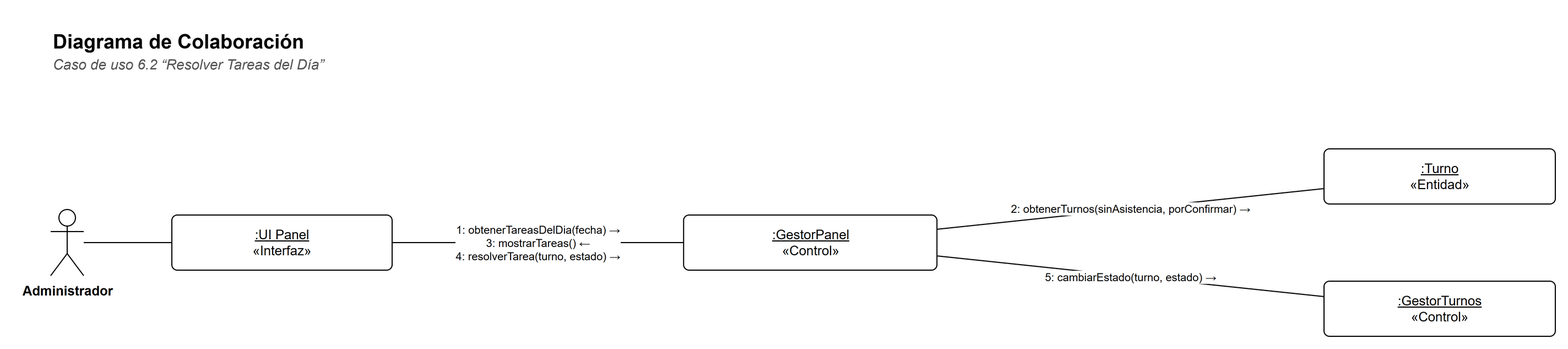
Before: docs/diagramas/colaboracion-6-2.png, a diagram exported from draw.io (Matiglorioso/kineturnos). Source tidied: cells renumbered, new cells last; positions are measured from the earlier drawing's top-left corner, leaving out a move shared by most shapes. Source of this version:
```xml
<mxGraphModel background="#FFFFFF">
  <root>
    <mxCell id="0" />
    <mxCell id="1" parent="0" />
    <mxCell id="2" value="&lt;b&gt;Diagrama de Colaboración&lt;/b&gt;" style="text;html=1;strokeColor=none;fillColor=none;align=left;verticalAlign=top;whiteSpace=wrap;fontFamily=Helvetica;fontSize=18;" parent="1" vertex="1">
      <mxGeometry width="900" height="26" as="geometry" />
    </mxCell>
    <mxCell id="3" value="&lt;i&gt;Caso de uso 6.2 “Resolver Tareas del Día”&lt;/i&gt;" style="text;html=1;strokeColor=none;fillColor=none;align=left;verticalAlign=top;whiteSpace=wrap;fontFamily=Helvetica;fontSize=13;fontColor=#555555;" parent="1" vertex="1">
      <mxGeometry y="24" width="900" height="20" as="geometry" />
    </mxCell>
    <mxCell id="4" value="Administrador" style="shape=umlActor;verticalLabelPosition=bottom;verticalAlign=top;html=1;outlineConnect=0;fillColor=#FFFFFF;strokeColor=#000000;fontFamily=Helvetica;fontSize=12;fontStyle=1;" parent="1" vertex="1">
      <mxGeometry y="170" width="30" height="60" as="geometry" />
    </mxCell>
    <mxCell id="5" value="&lt;u&gt;:UI Panel&lt;/u&gt;&lt;br&gt;«Interfaz»" style="rounded=0;whiteSpace=wrap;html=1;fillColor=#FFFFFF;strokeColor=#000000;fontFamily=Helvetica;fontSize=12;rounded=1;arcSize=10;" parent="1" vertex="1">
      <mxGeometry x="110" y="175" width="200" height="50" as="geometry" />
    </mxCell>
    <mxCell id="6" value="&lt;u&gt;:GestorPanel&lt;/u&gt;&lt;br&gt;«Control»" style="rounded=0;whiteSpace=wrap;html=1;fillColor=#FFFFFF;strokeColor=#000000;fontFamily=Helvetica;fontSize=12;rounded=1;arcSize=10;" parent="1" vertex="1">
      <mxGeometry x="574.6" y="175" width="230" height="50" as="geometry" />
    </mxCell>
    <mxCell id="7" value="&lt;u&gt;:Turno&lt;/u&gt;&lt;br&gt;«Entidad»" style="rounded=0;whiteSpace=wrap;html=1;fillColor=#FFFFFF;strokeColor=#000000;fontFamily=Helvetica;fontSize=12;rounded=1;arcSize=10;" parent="1" vertex="1">
      <mxGeometry x="1156" y="115" width="210" height="50" as="geometry" />
    </mxCell>
    <mxCell id="8" value="&lt;u&gt;:GestorTurnos&lt;/u&gt;&lt;br&gt;«Control»" style="rounded=0;whiteSpace=wrap;html=1;fillColor=#FFFFFF;strokeColor=#000000;fontFamily=Helvetica;fontSize=12;rounded=1;arcSize=10;" parent="1" vertex="1">
      <mxGeometry x="1156" y="235" width="210" height="50" as="geometry" />
    </mxCell>
    <mxCell id="9" style="edgeStyle=none;html=1;endArrow=none;endFill=0;strokeColor=#000000;fontFamily=Helvetica;fontSize=11;labelBackgroundColor=#FFFFFF;" parent="1" edge="1" source="4" target="5">
      <mxGeometry relative="1" as="geometry" />
    </mxCell>
    <mxCell id="10" value="1: obtenerTareasDelDia(fecha) →&lt;br&gt;3: mostrarTareas() ←&lt;br&gt;4: resolverTarea(turno, estado) →" style="edgeStyle=none;html=1;endArrow=none;endFill=0;strokeColor=#000000;fontFamily=Helvetica;fontSize=11;labelBackgroundColor=#FFFFFF;fontSize=10;" parent="1" edge="1" source="6" target="5">
      <mxGeometry relative="1" as="geometry" />
    </mxCell>
    <mxCell id="11" value="2: obtenerTurnos(sinAsistencia, porConfirmar) →" style="edgeStyle=none;html=1;endArrow=none;endFill=0;strokeColor=#000000;fontFamily=Helvetica;fontSize=11;labelBackgroundColor=#FFFFFF;fontSize=10;" parent="1" edge="1" source="7" target="6">
      <mxGeometry relative="1" as="geometry" />
    </mxCell>
    <mxCell id="12" value="5: cambiarEstado(turno, estado) →" style="edgeStyle=none;html=1;endArrow=none;endFill=0;strokeColor=#000000;fontFamily=Helvetica;fontSize=11;labelBackgroundColor=#FFFFFF;fontSize=10;" parent="1" edge="1" source="8" target="6">
      <mxGeometry relative="1" as="geometry" />
    </mxCell>
  </root>
</mxGraphModel>
```
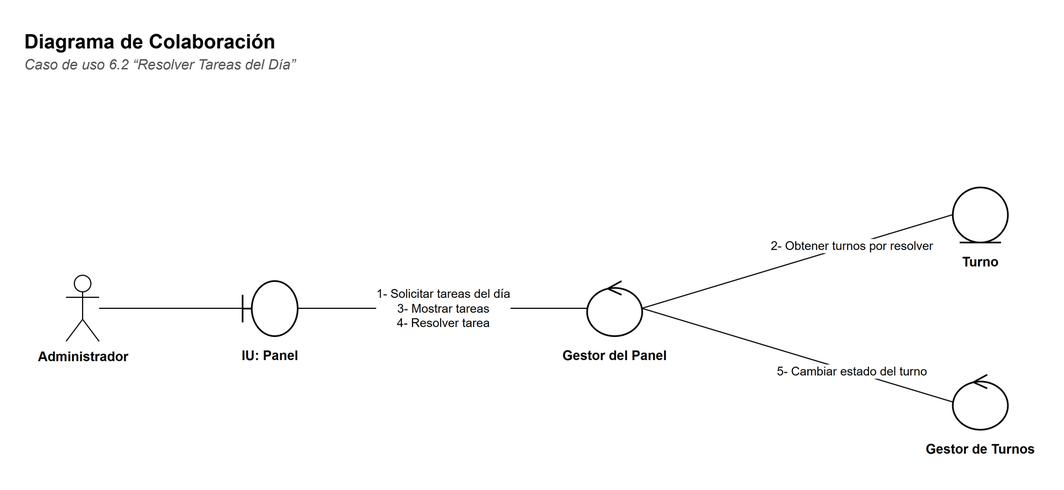
The same file after the commit.

Change to the diagram source:
```diff
@@ -9,31 +9,43 @@
       <mxGeometry y="24" width="900" height="20" as="geometry" />
     </mxCell>
     <mxCell id="4" value="Administrador" style="shape=umlActor;verticalLabelPosition=bottom;verticalAlign=top;html=1;outlineConnect=0;fillColor=#FFFFFF;strokeColor=#000000;fontFamily=Helvetica;fontSize=12;fontStyle=1;" parent="1" vertex="1">
-      <mxGeometry y="170" width="30" height="60" as="geometry" />
+      <mxGeometry x="40" y="230" width="30" height="60" as="geometry" />
     </mxCell>
-    <mxCell id="5" value="&lt;u&gt;:UI Panel&lt;/u&gt;&lt;br&gt;«Interfaz»" style="rounded=0;whiteSpace=wrap;html=1;fillColor=#FFFFFF;strokeColor=#000000;fontFamily=Helvetica;fontSize=12;rounded=1;arcSize=10;" parent="1" vertex="1">
-      <mxGeometry x="110" y="175" width="200" height="50" as="geometry" />
+    <mxCell id="5" style="shape=umlBoundary;html=1;fillColor=#FFFFFF;strokeColor=#000000;strokeWidth=1.5;" parent="1" vertex="1">
+      <mxGeometry x="200" y="235" width="50" height="50" as="geometry" />
     </mxCell>
-    <mxCell id="6" value="&lt;u&gt;:GestorPanel&lt;/u&gt;&lt;br&gt;«Control»" style="rounded=0;whiteSpace=wrap;html=1;fillColor=#FFFFFF;strokeColor=#000000;fontFamily=Helvetica;fontSize=12;rounded=1;arcSize=10;" parent="1" vertex="1">
-      <mxGeometry x="574.6" y="175" width="230" height="50" as="geometry" />
+    <mxCell id="6" value="&lt;b&gt;IU: Panel&lt;/b&gt;" style="text;html=1;strokeColor=none;fillColor=none;align=left;verticalAlign=top;whiteSpace=wrap;fontFamily=Helvetica;align=center;fontSize=12;" parent="1" vertex="1">
+      <mxGeometry x="160" y="289" width="130" height="40" as="geometry" />
     </mxCell>
-    <mxCell id="7" value="&lt;u&gt;:Turno&lt;/u&gt;&lt;br&gt;«Entidad»" style="rounded=0;whiteSpace=wrap;html=1;fillColor=#FFFFFF;strokeColor=#000000;fontFamily=Helvetica;fontSize=12;rounded=1;arcSize=10;" parent="1" vertex="1">
-      <mxGeometry x="1156" y="115" width="210" height="50" as="geometry" />
+    <mxCell id="7" style="shape=umlControl;html=1;fillColor=#FFFFFF;strokeColor=#000000;strokeWidth=1.5;" parent="1" vertex="1">
+      <mxGeometry x="512.8" y="235" width="50" height="50" as="geometry" />
     </mxCell>
-    <mxCell id="8" value="&lt;u&gt;:GestorTurnos&lt;/u&gt;&lt;br&gt;«Control»" style="rounded=0;whiteSpace=wrap;html=1;fillColor=#FFFFFF;strokeColor=#000000;fontFamily=Helvetica;fontSize=12;rounded=1;arcSize=10;" parent="1" vertex="1">
-      <mxGeometry x="1156" y="235" width="210" height="50" as="geometry" />
+    <mxCell id="8" value="&lt;b&gt;Gestor del Panel&lt;/b&gt;" style="text;html=1;strokeColor=none;fillColor=none;align=left;verticalAlign=top;whiteSpace=wrap;fontFamily=Helvetica;align=center;fontSize=12;" parent="1" vertex="1">
+      <mxGeometry x="472.8" y="289" width="130" height="40" as="geometry" />
     </mxCell>
-    <mxCell id="9" style="edgeStyle=none;html=1;endArrow=none;endFill=0;strokeColor=#000000;fontFamily=Helvetica;fontSize=11;labelBackgroundColor=#FFFFFF;" parent="1" edge="1" source="4" target="5">
-      <mxGeometry relative="1" as="geometry" />
+    <mxCell id="9" style="shape=umlEntity;html=1;fillColor=#FFFFFF;strokeColor=#000000;strokeWidth=1.5;" parent="1" vertex="1">
+      <mxGeometry x="844.8" y="150" width="50" height="50" as="geometry" />
     </mxCell>
-    <mxCell id="10" value="1: obtenerTareasDelDia(fecha) →&lt;br&gt;3: mostrarTareas() ←&lt;br&gt;4: resolverTarea(turno, estado) →" style="edgeStyle=none;html=1;endArrow=none;endFill=0;strokeColor=#000000;fontFamily=Helvetica;fontSize=11;labelBackgroundColor=#FFFFFF;fontSize=10;" parent="1" edge="1" source="6" target="5">
-      <mxGeometry relative="1" as="geometry" />
+    <mxCell id="10" value="&lt;b&gt;Turno&lt;/b&gt;" style="text;html=1;strokeColor=none;fillColor=none;align=left;verticalAlign=top;whiteSpace=wrap;fontFamily=Helvetica;align=center;fontSize=12;" parent="1" vertex="1">
+      <mxGeometry x="804.8" y="204" width="130" height="40" as="geometry" />
     </mxCell>
-    <mxCell id="11" value="2: obtenerTurnos(sinAsistencia, porConfirmar) →" style="edgeStyle=none;html=1;endArrow=none;endFill=0;strokeColor=#000000;fontFamily=Helvetica;fontSize=11;labelBackgroundColor=#FFFFFF;fontSize=10;" parent="1" edge="1" source="7" target="6">
-      <mxGeometry relative="1" as="geometry" />
+    <mxCell id="11" style="shape=umlControl;html=1;fillColor=#FFFFFF;strokeColor=#000000;strokeWidth=1.5;" parent="1" vertex="1">
+      <mxGeometry x="844.8" y="320" width="50" height="50" as="geometry" />
     </mxCell>
-    <mxCell id="12" value="5: cambiarEstado(turno, estado) →" style="edgeStyle=none;html=1;endArrow=none;endFill=0;strokeColor=#000000;fontFamily=Helvetica;fontSize=11;labelBackgroundColor=#FFFFFF;fontSize=10;" parent="1" edge="1" source="8" target="6">
-      <mxGeometry relative="1" as="geometry" />
+    <mxCell id="12" value="&lt;b&gt;Gestor de Turnos&lt;/b&gt;" style="text;html=1;strokeColor=none;fillColor=none;align=left;verticalAlign=top;whiteSpace=wrap;fontFamily=Helvetica;align=center;fontSize=12;" parent="1" vertex="1">
+      <mxGeometry x="804.8" y="374" width="130" height="40" as="geometry" />
     </mxCell>
+    <mxCell id="13" style="edgeStyle=none;html=1;endArrow=none;endFill=0;strokeColor=#000000;fontFamily=Helvetica;fontSize=11;labelBackgroundColor=#FFFFFF;" parent="1" edge="1" source="4" target="5">
+      <mxGeometry relative="1" as="geometry" />
+    </mxCell>
+    <mxCell id="14" value="1- Solicitar tareas del día&lt;br&gt;3- Mostrar tareas&lt;br&gt;4- Resolver tarea" style="edgeStyle=none;html=1;endArrow=none;endFill=0;strokeColor=#000000;fontFamily=Helvetica;fontSize=11;labelBackgroundColor=#FFFFFF;fontSize=11;exitX=1;exitY=0.5;exitDx=0;exitDy=0;entryX=0;entryY=0.5;entryDx=0;entryDy=0;" parent="1" edge="1" source="5" target="7">
+      <mxGeometry relative="1" as="geometry" />
+    </mxCell>
+    <mxCell id="15" value="2- Obtener turnos por resolver" style="edgeStyle=none;html=1;endArrow=none;endFill=0;strokeColor=#000000;fontFamily=Helvetica;fontSize=11;labelBackgroundColor=#FFFFFF;fontSize=11;exitX=1;exitY=0.5;exitDx=0;exitDy=0;entryX=0;entryY=0.5;entryDx=0;entryDy=0;" parent="1" edge="1" source="7" target="9">
+      <mxGeometry x="0.35" relative="1" as="geometry" />
+    </mxCell>
+    <mxCell id="16" value="5- Cambiar estado del turno" style="edgeStyle=none;html=1;endArrow=none;endFill=0;strokeColor=#000000;fontFamily=Helvetica;fontSize=11;labelBackgroundColor=#FFFFFF;fontSize=11;exitX=1;exitY=0.5;exitDx=0;exitDy=0;entryX=0;entryY=0.5;entryDx=0;entryDy=0;" parent="1" edge="1" source="7" target="11">
+      <mxGeometry x="0.35" relative="1" as="geometry" />
+    </mxCell>
   </root>
 </mxGraphModel>
```
